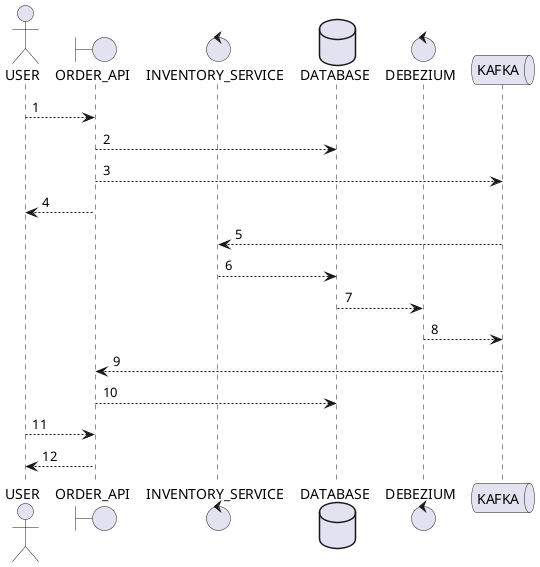
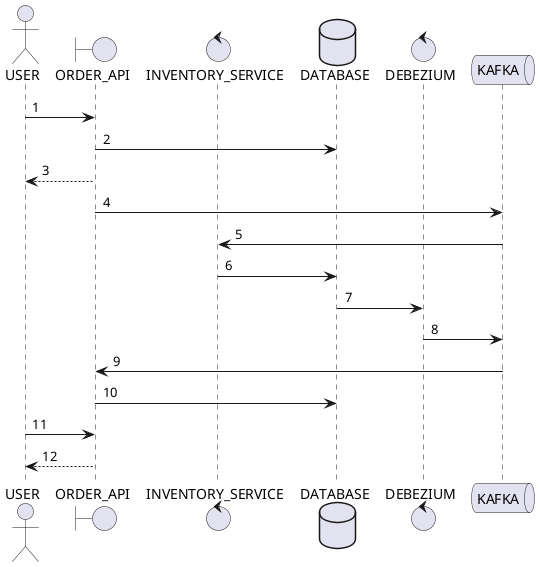
@startuml
actor USER as U
boundary ORDER_API as API
control INVENTORY_SERVICE as SERVICE
database DATABASE as DB
control DEBEZIUM as Z
queue KAFKA as K

- U --> API: 1
- API --> DB: 2
- API --> K: 3
- API --> U: 4
- K --> SERVICE: 5
- SERVICE --> DB: 6
- DB --> Z: 7
- Z --> K: 8
- K --> API: 9
- API --> DB: 10
- U --> API: 11
+ U -> API: 1
+ API -> DB: 2
+ API --> U: 3
+ API -> K: 4
+ K -> SERVICE: 5
+ SERVICE -> DB: 6
+ DB -> Z: 7
+ Z -> K: 8
+ K -> API: 9
+ API -> DB: 10
+ U -> API: 11
API --> U: 12
@enduml
